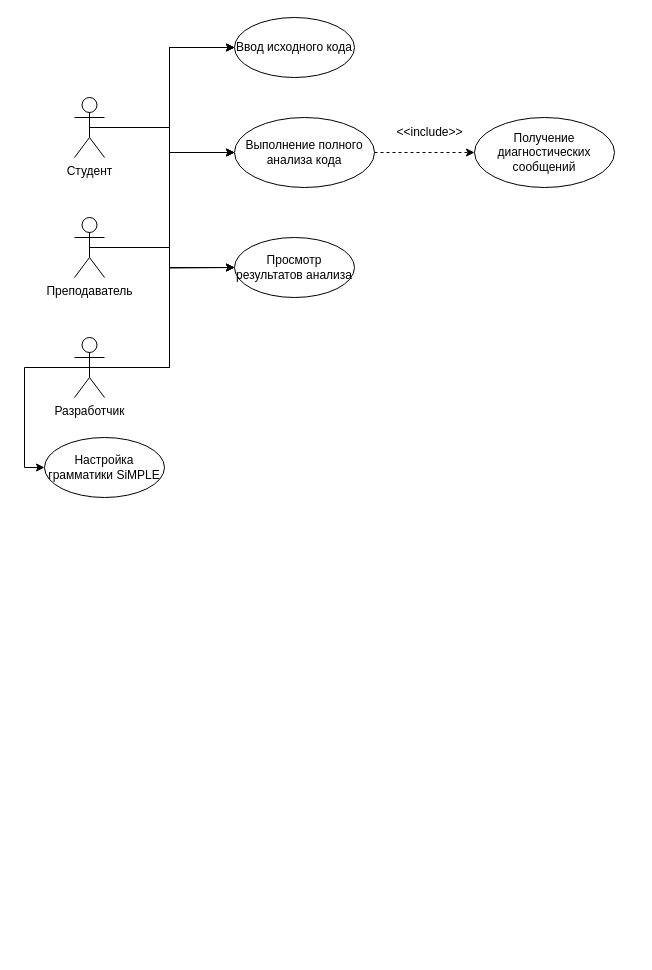
Earlier version of the draw.io diagram Диаграмма без названия.drawio (softqwak/MSPIST). Source tidied: cells renumbered, new cells numbered last; positions are measured from the earlier drawing's top-left corner, leaving out a move shared by most shapes. Both pictures are drawn from the tidied source at 100%, with x=0, y=0 at pixel (24, 17).
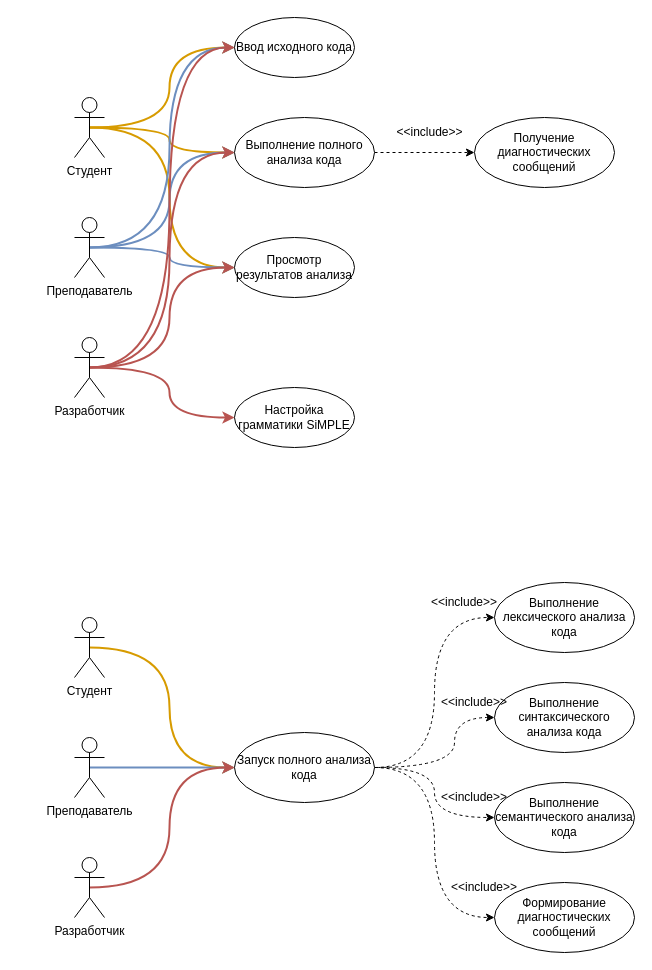
After the change.

Unchanged cells that the change refers to:
```xml
<mxCell id="5" value="Студент" style="shape=umlActor;verticalLabelPosition=bottom;verticalAlign=top;html=1;outlineConnect=0;" parent="1" vertex="1">
  <mxGeometry x="50" y="80" width="30" height="60" as="geometry" />
</mxCell>
<mxCell id="9" value="Преподаватель" style="shape=umlActor;verticalLabelPosition=bottom;verticalAlign=top;html=1;outlineConnect=0;" parent="1" vertex="1">
  <mxGeometry x="50" y="200" width="30" height="60" as="geometry" />
</mxCell>
<mxCell id="14" value="Разработчик" style="shape=umlActor;verticalLabelPosition=bottom;verticalAlign=top;html=1;outlineConnect=0;" parent="1" vertex="1">
  <mxGeometry x="50" y="320" width="30" height="60" as="geometry" />
</mxCell>
<mxCell id="15" value="Ввод исходного кода" style="ellipse;whiteSpace=wrap;html=1;" parent="1" vertex="1">
  <mxGeometry x="210" width="120" height="60" as="geometry" />
</mxCell>
<mxCell id="17" value="Выполнение полного анализа кода" style="ellipse;whiteSpace=wrap;html=1;" parent="1" vertex="1">
  <mxGeometry x="210" y="100" width="140" height="70" as="geometry" />
</mxCell>
<mxCell id="18" value="Просмотр результатов анализа" style="ellipse;whiteSpace=wrap;html=1;" parent="1" vertex="1">
  <mxGeometry x="210" y="220" width="120" height="60" as="geometry" />
</mxCell>
```

The edit, as a diff of the source:
```diff
@@
-    <mxCell id="2" style="edgeStyle=orthogonalEdgeStyle;rounded=0;jettySize=auto;html=1;exitX=0.5;exitY=0.5;exitDx=0;exitDy=0;exitPerimeter=0;entryX=0;entryY=0.5;entryDx=0;entryDy=0;" parent="1" edge="1" source="5" target="15">
+    <mxCell id="2" style="edgeStyle=orthogonalEdgeStyle;rounded=0;jettySize=auto;html=1;exitX=0.5;exitY=0.5;exitDx=0;exitDy=0;exitPerimeter=0;entryX=0;entryY=0.5;entryDx=0;entryDy=0;fillColor=#ffe6cc;strokeColor=#d79b00;curved=1;strokeWidth=2;" parent="1" edge="1" source="5" target="15">
       <mxGeometry relative="1" as="geometry" />
     </mxCell>
-    <mxCell id="3" style="edgeStyle=orthogonalEdgeStyle;rounded=0;jettySize=auto;html=1;exitX=0.5;exitY=0.5;exitDx=0;exitDy=0;exitPerimeter=0;entryX=0;entryY=0.5;entryDx=0;entryDy=0;" parent="1" edge="1" source="5" target="17">
+    <mxCell id="3" style="edgeStyle=orthogonalEdgeStyle;rounded=0;jettySize=auto;html=1;exitX=0.5;exitY=0.5;exitDx=0;exitDy=0;exitPerimeter=0;entryX=0;entryY=0.5;entryDx=0;entryDy=0;curved=1;fillColor=#ffe6cc;strokeColor=#d79b00;strokeWidth=2;" parent="1" edge="1" source="5" target="17">
       <mxGeometry relative="1" as="geometry" />
     </mxCell>
-    <mxCell id="4" style="edgeStyle=orthogonalEdgeStyle;rounded=0;jettySize=auto;html=1;exitX=0.5;exitY=0.5;exitDx=0;exitDy=0;exitPerimeter=0;entryX=0;entryY=0.5;entryDx=0;entryDy=0;" parent="1" edge="1" source="5" target="18">
+    <mxCell id="4" style="edgeStyle=orthogonalEdgeStyle;rounded=0;jettySize=auto;html=1;exitX=0.5;exitY=0.5;exitDx=0;exitDy=0;exitPerimeter=0;entryX=0;entryY=0.5;entryDx=0;entryDy=0;fillColor=#ffe6cc;strokeColor=#d79b00;curved=1;strokeWidth=2;" parent="1" edge="1" source="5" target="18">
       <mxGeometry relative="1" as="geometry" />
     </mxCell>
@@
-    <mxCell id="6" style="edgeStyle=orthogonalEdgeStyle;rounded=0;jettySize=auto;html=1;exitX=0.5;exitY=0.5;exitDx=0;exitDy=0;exitPerimeter=0;entryX=0;entryY=0.5;entryDx=0;entryDy=0;" parent="1" edge="1" source="9" target="15">
+    <mxCell id="6" style="edgeStyle=orthogonalEdgeStyle;rounded=0;jettySize=auto;html=1;exitX=0.5;exitY=0.5;exitDx=0;exitDy=0;exitPerimeter=0;entryX=0;entryY=0.5;entryDx=0;entryDy=0;fillColor=#dae8fc;strokeColor=#6c8ebf;curved=1;strokeWidth=2;" parent="1" edge="1" source="9" target="15">
       <mxGeometry relative="1" as="geometry" />
     </mxCell>
-    <mxCell id="7" style="edgeStyle=orthogonalEdgeStyle;rounded=0;jettySize=auto;html=1;exitX=0.5;exitY=0.5;exitDx=0;exitDy=0;exitPerimeter=0;entryX=0;entryY=0.5;entryDx=0;entryDy=0;" parent="1" edge="1" source="9" target="17">
+    <mxCell id="7" style="edgeStyle=orthogonalEdgeStyle;rounded=0;jettySize=auto;html=1;exitX=0.5;exitY=0.5;exitDx=0;exitDy=0;exitPerimeter=0;entryX=0;entryY=0.5;entryDx=0;entryDy=0;curved=1;fillColor=#dae8fc;strokeColor=#6c8ebf;strokeWidth=2;" parent="1" edge="1" source="9" target="17">
       <mxGeometry relative="1" as="geometry" />
     </mxCell>
-    <mxCell id="8" style="edgeStyle=orthogonalEdgeStyle;rounded=0;jettySize=auto;html=1;exitX=0.5;exitY=0.5;exitDx=0;exitDy=0;exitPerimeter=0;" parent="1" edge="1" source="9">
-      <mxGeometry relative="1" as="geometry">
-        <mxPoint x="210" y="250" as="targetPoint" />
-      </mxGeometry>
-    </mxCell>
+    <mxCell id="22" style="edgeStyle=orthogonalEdgeStyle;rounded=0;jettySize=auto;html=1;exitX=0.5;exitY=0.5;exitDx=0;exitDy=0;exitPerimeter=0;entryX=0;entryY=0.5;entryDx=0;entryDy=0;curved=1;fillColor=#dae8fc;strokeColor=#6c8ebf;strokeWidth=2;" parent="1" edge="1" source="9" target="18">
+      <mxGeometry relative="1" as="geometry" />
+    </mxCell>
@@
-    <mxCell id="10" style="edgeStyle=orthogonalEdgeStyle;rounded=0;jettySize=auto;html=1;exitX=0.5;exitY=0.5;exitDx=0;exitDy=0;exitPerimeter=0;entryX=0;entryY=0.5;entryDx=0;entryDy=0;" parent="1" edge="1" source="14" target="15">
+    <mxCell id="10" style="edgeStyle=orthogonalEdgeStyle;rounded=0;jettySize=auto;html=1;exitX=0.5;exitY=0.5;exitDx=0;exitDy=0;exitPerimeter=0;entryX=0;entryY=0.5;entryDx=0;entryDy=0;fillColor=#f8cecc;strokeColor=#b85450;curved=1;strokeWidth=2;" parent="1" edge="1" source="14" target="15">
       <mxGeometry relative="1" as="geometry" />
     </mxCell>
-    <mxCell id="11" style="edgeStyle=orthogonalEdgeStyle;rounded=0;jettySize=auto;html=1;exitX=0.5;exitY=0.5;exitDx=0;exitDy=0;exitPerimeter=0;entryX=0;entryY=0.5;entryDx=0;entryDy=0;" parent="1" edge="1" source="14" target="17">
+    <mxCell id="11" style="edgeStyle=orthogonalEdgeStyle;rounded=0;jettySize=auto;html=1;exitX=0.5;exitY=0.5;exitDx=0;exitDy=0;exitPerimeter=0;entryX=0;entryY=0.5;entryDx=0;entryDy=0;curved=1;fillColor=#f8cecc;strokeColor=#b85450;strokeWidth=2;" parent="1" edge="1" source="14" target="17">
       <mxGeometry relative="1" as="geometry" />
     </mxCell>
-    <mxCell id="12" style="edgeStyle=orthogonalEdgeStyle;rounded=0;jettySize=auto;html=1;exitX=0.5;exitY=0.5;exitDx=0;exitDy=0;exitPerimeter=0;entryX=0;entryY=0.5;entryDx=0;entryDy=0;" parent="1" edge="1" source="14" target="18">
+    <mxCell id="12" style="edgeStyle=orthogonalEdgeStyle;rounded=0;jettySize=auto;html=1;exitX=0.5;exitY=0.5;exitDx=0;exitDy=0;exitPerimeter=0;entryX=0;entryY=0.5;entryDx=0;entryDy=0;fillColor=#f8cecc;strokeColor=#b85450;curved=1;strokeWidth=2;" parent="1" edge="1" source="14" target="18">
       <mxGeometry relative="1" as="geometry" />
     </mxCell>
-    <mxCell id="13" style="edgeStyle=orthogonalEdgeStyle;rounded=0;jettySize=auto;html=1;exitX=0.5;exitY=0.5;exitDx=0;exitDy=0;exitPerimeter=0;entryX=0;entryY=0.5;entryDx=0;entryDy=0;" parent="1" edge="1" source="14" target="19">
-      <mxGeometry relative="1" as="geometry">
-        <Array as="points">
-          <mxPoint y="350" />
-          <mxPoint y="450" />
-        </Array>
-      </mxGeometry>
+    <mxCell id="13" style="edgeStyle=orthogonalEdgeStyle;rounded=0;jettySize=auto;html=1;exitX=0.5;exitY=0.5;exitDx=0;exitDy=0;exitPerimeter=0;entryX=0;entryY=0.5;entryDx=0;entryDy=0;curved=1;fillColor=#f8cecc;strokeColor=#b85450;strokeWidth=2;" parent="1" edge="1" source="14" target="19">
+      <mxGeometry relative="1" as="geometry" />
     </mxCell>
@@
     <mxCell id="19" value="Настройка грамматики SiMPLE" style="ellipse;whiteSpace=wrap;html=1;" parent="1" vertex="1">
-      <mxGeometry x="20" y="420" width="120" height="60" as="geometry" />
+      <mxGeometry x="210" y="370" width="120" height="60" as="geometry" />
     </mxCell>
@@
+    <mxCell id="23" style="edgeStyle=orthogonalEdgeStyle;rounded=0;jettySize=auto;html=1;exitX=0.5;exitY=0.5;exitDx=0;exitDy=0;exitPerimeter=0;entryX=0;entryY=0.5;entryDx=0;entryDy=0;fillColor=#ffe6cc;strokeColor=#d79b00;strokeWidth=2;curved=1;" parent="1" edge="1" source="24" target="32">
+      <mxGeometry relative="1" as="geometry" />
+    </mxCell>
+    <mxCell id="24" value="Студент" style="shape=umlActor;verticalLabelPosition=bottom;verticalAlign=top;html=1;outlineConnect=0;" parent="1" vertex="1">
+      <mxGeometry x="50" y="600" width="30" height="60" as="geometry" />
+    </mxCell>
+    <mxCell id="25" style="edgeStyle=orthogonalEdgeStyle;rounded=0;jettySize=auto;html=1;exitX=0.5;exitY=0.5;exitDx=0;exitDy=0;exitPerimeter=0;entryX=0;entryY=0.5;entryDx=0;entryDy=0;fillColor=#dae8fc;strokeColor=#6c8ebf;strokeWidth=2;" parent="1" edge="1" source="26" target="32">
+      <mxGeometry relative="1" as="geometry" />
+    </mxCell>
+    <mxCell id="26" value="Преподаватель" style="shape=umlActor;verticalLabelPosition=bottom;verticalAlign=top;html=1;outlineConnect=0;" parent="1" vertex="1">
+      <mxGeometry x="50" y="720" width="30" height="60" as="geometry" />
+    </mxCell>
+    <mxCell id="27" style="edgeStyle=orthogonalEdgeStyle;rounded=0;jettySize=auto;html=1;exitX=0.5;exitY=0.5;exitDx=0;exitDy=0;exitPerimeter=0;entryX=0;entryY=0.5;entryDx=0;entryDy=0;fillColor=#f8cecc;strokeColor=#b85450;strokeWidth=2;curved=1;" parent="1" edge="1" source="28" target="32">
+      <mxGeometry relative="1" as="geometry" />
+    </mxCell>
+    <mxCell id="28" value="Разработчик" style="shape=umlActor;verticalLabelPosition=bottom;verticalAlign=top;html=1;outlineConnect=0;" parent="1" vertex="1">
+      <mxGeometry x="50" y="840" width="30" height="60" as="geometry" />
+    </mxCell>
+    <mxCell id="29" style="edgeStyle=orthogonalEdgeStyle;rounded=0;jettySize=auto;html=1;exitX=1;exitY=0.5;exitDx=0;exitDy=0;entryX=0;entryY=0.5;entryDx=0;entryDy=0;dashed=1;curved=1;" parent="1" edge="1" source="32" target="33">
+      <mxGeometry relative="1" as="geometry" />
+    </mxCell>
+    <mxCell id="30" style="edgeStyle=orthogonalEdgeStyle;rounded=0;jettySize=auto;html=1;exitX=1;exitY=0.5;exitDx=0;exitDy=0;entryX=0;entryY=0.5;entryDx=0;entryDy=0;curved=1;dashed=1;" parent="1" edge="1" source="32" target="36">
+      <mxGeometry relative="1" as="geometry" />
+    </mxCell>
+    <mxCell id="31" style="edgeStyle=orthogonalEdgeStyle;rounded=0;jettySize=auto;html=1;exitX=1;exitY=0.5;exitDx=0;exitDy=0;entryX=0;entryY=0.5;entryDx=0;entryDy=0;curved=1;dashed=1;" parent="1" edge="1" source="32" target="37">
+      <mxGeometry relative="1" as="geometry" />
+    </mxCell>
+    <mxCell id="32" value="Запуск полного анализа кода" style="ellipse;whiteSpace=wrap;html=1;" parent="1" vertex="1">
+      <mxGeometry x="210" y="715" width="140" height="70" as="geometry" />
+    </mxCell>
+    <mxCell id="33" value="Выполнение лексического анализа кода" style="ellipse;whiteSpace=wrap;html=1;" parent="1" vertex="1">
+      <mxGeometry x="470" y="565" width="140" height="70" as="geometry" />
+    </mxCell>
+    <mxCell id="34" style="edgeStyle=orthogonalEdgeStyle;rounded=0;jettySize=auto;html=1;exitX=0;exitY=0.5;exitDx=0;exitDy=0;curved=1;endArrow=none;startFill=1;startArrow=classic;dashed=1;" parent="1" edge="1" source="35" target="32">
+      <mxGeometry relative="1" as="geometry">
+        <Array as="points">
+          <mxPoint x="430" y="700" />
+          <mxPoint x="430" y="750" />
+        </Array>
+      </mxGeometry>
+    </mxCell>
+    <mxCell id="35" value="Выполнение синтаксического анализа кода" style="ellipse;whiteSpace=wrap;html=1;" parent="1" vertex="1">
+      <mxGeometry x="470" y="665" width="140" height="70" as="geometry" />
+    </mxCell>
+    <mxCell id="36" value="Выполнение семантического анализа кода" style="ellipse;whiteSpace=wrap;html=1;" parent="1" vertex="1">
+      <mxGeometry x="470" y="765" width="140" height="70" as="geometry" />
+    </mxCell>
+    <mxCell id="37" value="&lt;div&gt;Формирование диагностических сообщений&lt;/div&gt;" style="ellipse;whiteSpace=wrap;html=1;" parent="1" vertex="1">
+      <mxGeometry x="470" y="865" width="140" height="70" as="geometry" />
+    </mxCell>
+    <mxCell id="38" value="&amp;lt;&amp;lt;include&amp;gt;&amp;gt;" style="text;html=1;align=center;verticalAlign=middle;whiteSpace=wrap;rounded=0;" parent="1" vertex="1">
+      <mxGeometry x="410" y="570" width="60" height="30" as="geometry" />
+    </mxCell>
+    <mxCell id="39" value="&amp;lt;&amp;lt;include&amp;gt;&amp;gt;" style="text;html=1;align=center;verticalAlign=middle;whiteSpace=wrap;rounded=0;" parent="1" vertex="1">
+      <mxGeometry x="420" y="670" width="60" height="30" as="geometry" />
+    </mxCell>
+    <mxCell id="40" value="&amp;lt;&amp;lt;include&amp;gt;&amp;gt;" style="text;html=1;align=center;verticalAlign=middle;whiteSpace=wrap;rounded=0;" parent="1" vertex="1">
+      <mxGeometry x="420" y="765" width="60" height="30" as="geometry" />
+    </mxCell>
+    <mxCell id="41" value="&amp;lt;&amp;lt;include&amp;gt;&amp;gt;" style="text;html=1;align=center;verticalAlign=middle;whiteSpace=wrap;rounded=0;" parent="1" vertex="1">
+      <mxGeometry x="430" y="855" width="60" height="30" as="geometry" />
+    </mxCell>
```
